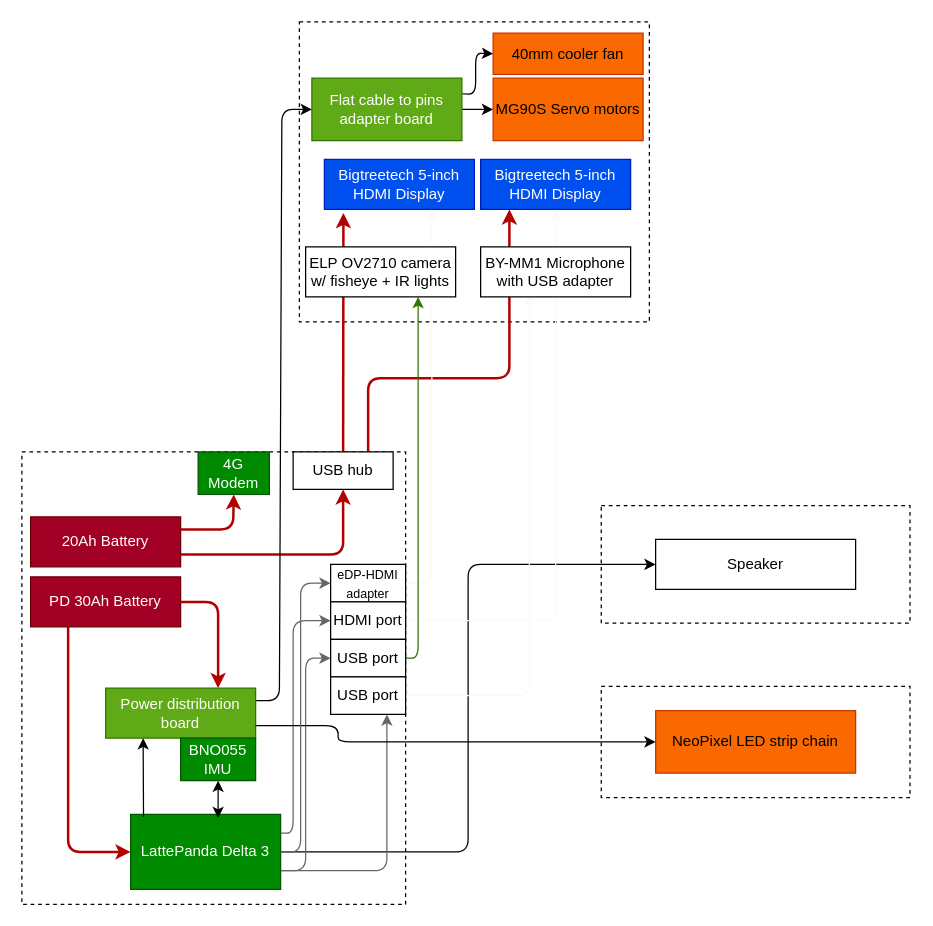
Above: Planning/Hardware.drawio in MekhyW/DYNAMO-Electronic_Fursuit-2.0 (draw.io), before the change. Source tidied: cells renumbered, new cells numbered last; positions are measured from the earlier drawing's top-left corner, leaving out a move shared by most shapes. Both pictures are drawn from the tidied source at 125%, with x=0, y=0 at pixel (21, 21).
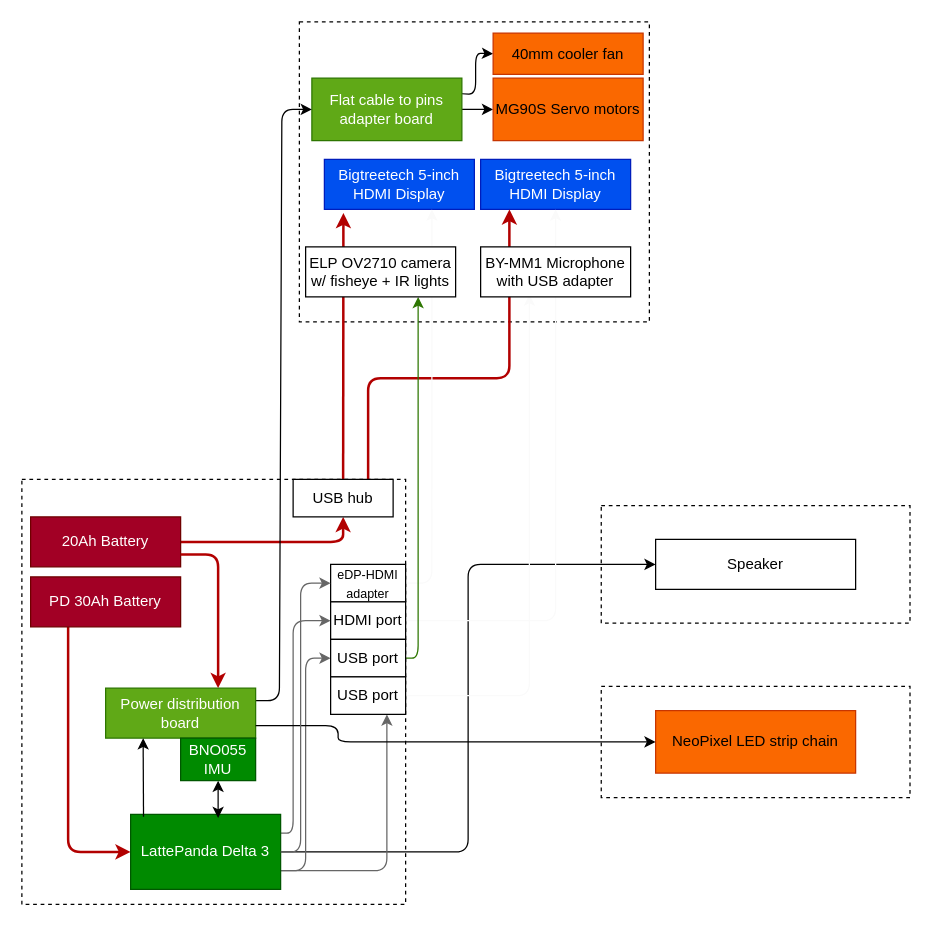
Above is the later version.

The change refers to these unchanged cells:
```xml
<mxCell id="12" value="PD 30Ah Battery" style="rounded=0;whiteSpace=wrap;html=1;fillColor=#a20025;fontColor=#ffffff;strokeColor=#6F0000;" parent="1" vertex="1">
  <mxGeometry x="7" y="444" width="120" height="40" as="geometry" />
</mxCell>
<mxCell id="14" value="20Ah Battery" style="rounded=0;whiteSpace=wrap;html=1;fillColor=#a20025;fontColor=#ffffff;strokeColor=#6F0000;" parent="1" vertex="1">
  <mxGeometry x="7" y="396" width="120" height="40" as="geometry" />
</mxCell>
<mxCell id="21" value="Power distribution board" style="rounded=0;whiteSpace=wrap;html=1;fillColor=#60a917;fontColor=#ffffff;strokeColor=#2D7600;" parent="1" vertex="1">
  <mxGeometry x="67" y="533" width="120" height="40" as="geometry" />
</mxCell>
```

Diff of the diagram source:
```diff
@@
     <mxCell id="9" style="rounded=0;whiteSpace=wrap;html=1;dashed=1;" parent="1" vertex="1">
-      <mxGeometry y="344" width="307" height="362" as="geometry" />
+      <mxGeometry y="366" width="307" height="340" as="geometry" />
     </mxCell>
@@
-    <mxCell id="13" style="edgeStyle=none;html=1;exitX=1;exitY=0.75;exitDx=0;exitDy=0;entryX=0.5;entryY=1;entryDx=0;entryDy=0;strokeColor=#B20000;strokeWidth=2;startArrow=none;startFill=0;fillColor=#e51400;" parent="1" edge="1" source="14" target="31">
+    <mxCell id="13" style="edgeStyle=none;html=1;exitX=1;exitY=0.5;exitDx=0;exitDy=0;entryX=0.5;entryY=1;entryDx=0;entryDy=0;strokeColor=#B20000;strokeWidth=2;startArrow=none;startFill=0;fillColor=#e51400;" parent="1" edge="1" source="14" target="31">
       <mxGeometry relative="1" as="geometry">
         <Array as="points">
-          <mxPoint x="257" y="426" />
+          <mxPoint x="257" y="416" />
         </Array>
       </mxGeometry>
     </mxCell>
@@
-    <mxCell id="23" style="edgeStyle=none;html=1;exitX=1;exitY=0.5;exitDx=0;exitDy=0;fillColor=#e51400;strokeColor=#B20000;strokeWidth=2;entryX=0.75;entryY=0;entryDx=0;entryDy=0;" parent="1" edge="1" source="12" target="21">
+    <mxCell id="23" style="edgeStyle=none;html=1;exitX=1;exitY=0.75;exitDx=0;exitDy=0;fillColor=#e51400;strokeColor=#B20000;strokeWidth=2;entryX=0.75;entryY=0;entryDx=0;entryDy=0;" parent="1" edge="1" source="14" target="21">
       <mxGeometry relative="1" as="geometry">
         <Array as="points">
-          <mxPoint x="157" y="464" />
+          <mxPoint x="157" y="426" />
         </Array>
       </mxGeometry>
     </mxCell>
@@
     <mxCell id="31" value="USB hub" style="rounded=0;whiteSpace=wrap;html=1;" parent="1" vertex="1">
-      <mxGeometry x="217" y="344" width="80" height="30" as="geometry" />
+      <mxGeometry x="217" y="366" width="80" height="30" as="geometry" />
     </mxCell>
@@
-    <mxCell id="44" value="4G Modem" style="rounded=0;whiteSpace=wrap;html=1;fillColor=#008a00;fontColor=#ffffff;strokeColor=#005700;" parent="1" vertex="1">
-      <mxGeometry x="141" y="344" width="57" height="34" as="geometry" />
-    </mxCell>
-    <mxCell id="45" style="edgeStyle=none;html=1;exitX=1;exitY=0.25;exitDx=0;exitDy=0;entryX=0.5;entryY=1;entryDx=0;entryDy=0;strokeColor=#B20000;strokeWidth=2;startArrow=none;startFill=0;fillColor=#e51400;" parent="1" edge="1" source="14" target="44">
-      <mxGeometry relative="1" as="geometry">
-        <Array as="points">
-          <mxPoint x="169" y="406" />
-        </Array>
-      </mxGeometry>
-    </mxCell>
```
